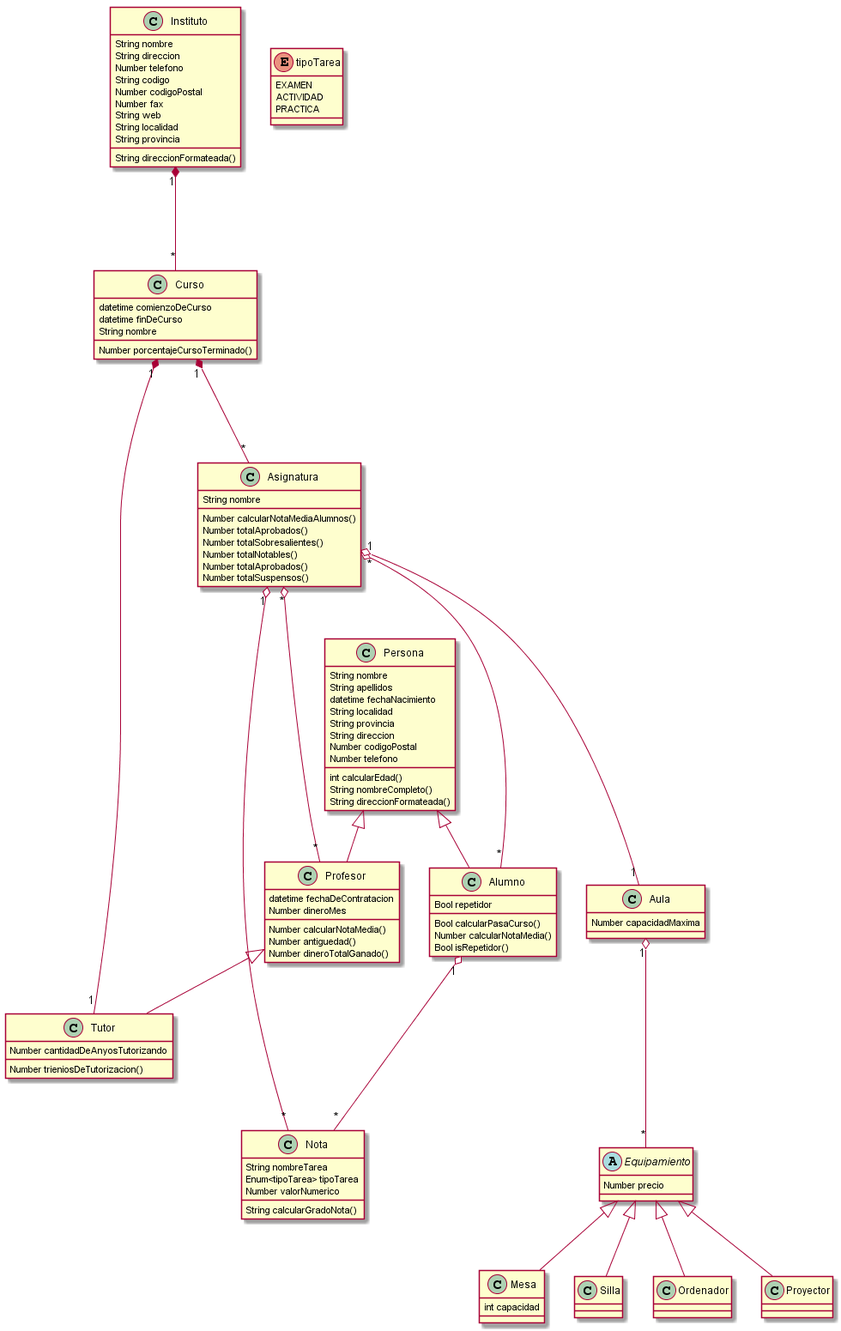
manelme/alandalus_pyc2 keeps this PlantUML diagram as uml/out/alandalus_pyc2/uml/DiagramaClases/DiagramaClases.png. Above is the earlier version.
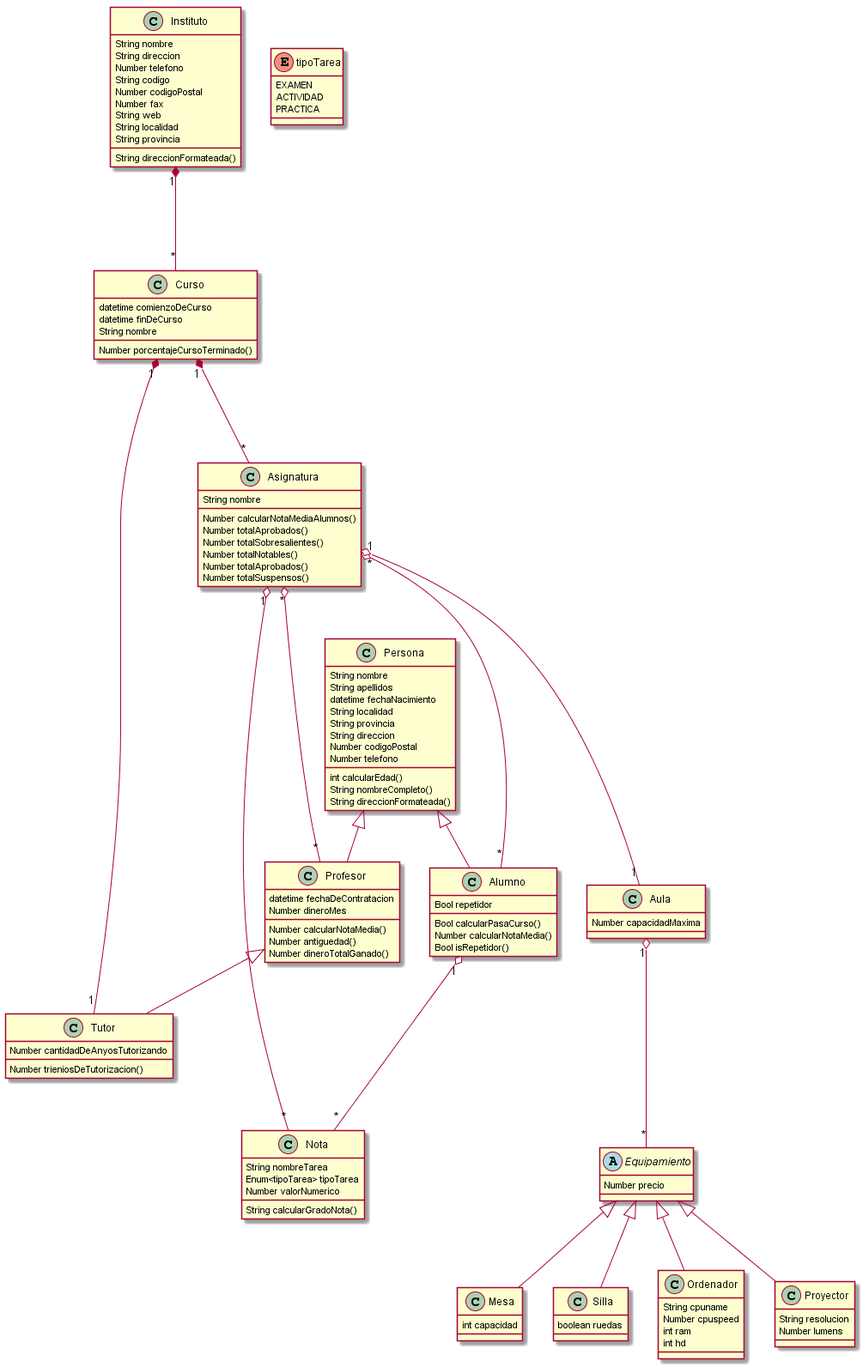
After the change.

Commit message:
cambiado diagrama de clases

Diff of the diagram source:
```diff
@@ -99,6 +99,16 @@
     int capacidad
 }
 class Silla{
-
+    boolean ruedas
+}
+Class Proyector{
+    String resolucion
+    Number lumens
+}
+Class Ordenador{
+    String cpuname
+    Number cpuspeed
+    int ram
+    int hd
 }
 @enduml
```
